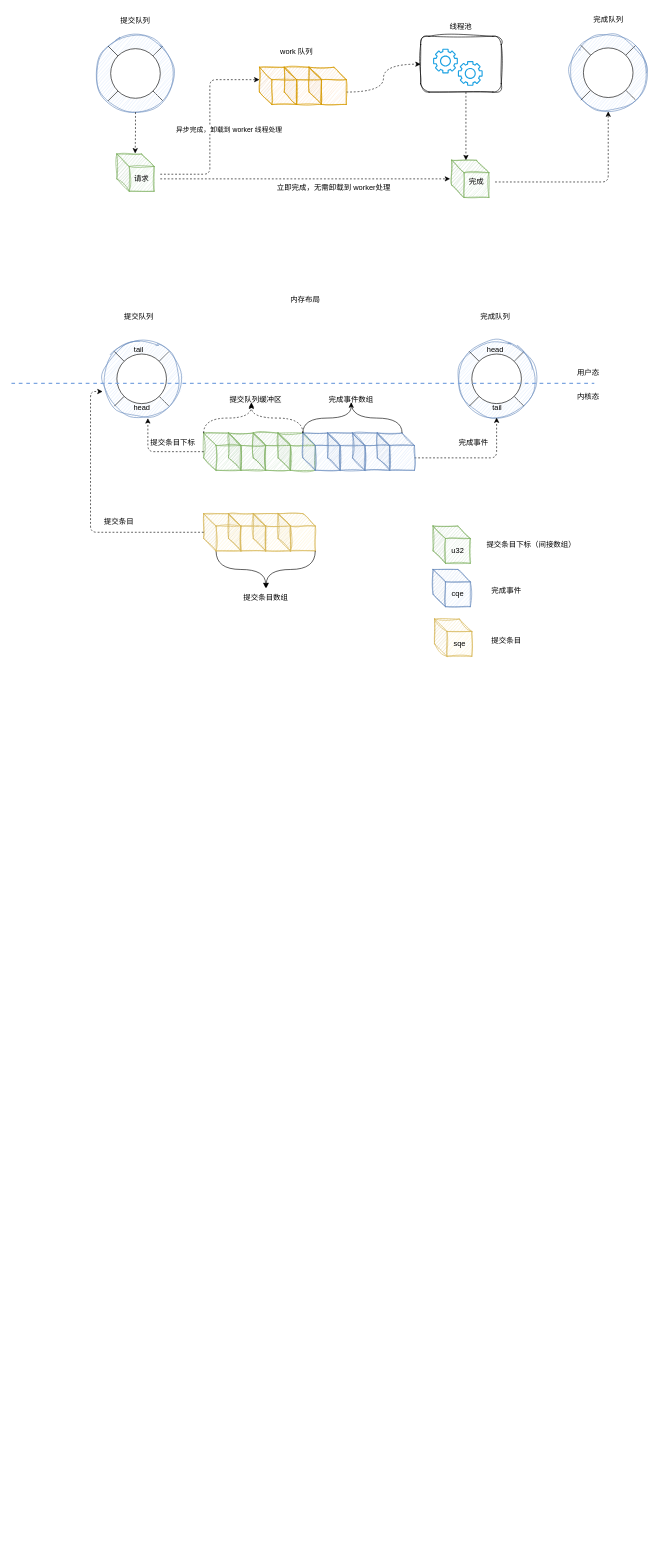
This is io_uring.drawio from rowe0x/blog, a draw.io file, before an edit. Source tidied: cells renumbered, new cells numbered last; positions are measured from the earlier drawing's top-left corner, leaving out a move shared by most shapes. Both pictures are drawn from the tidied source at 62%, with x=0, y=0 at pixel (11, 11).
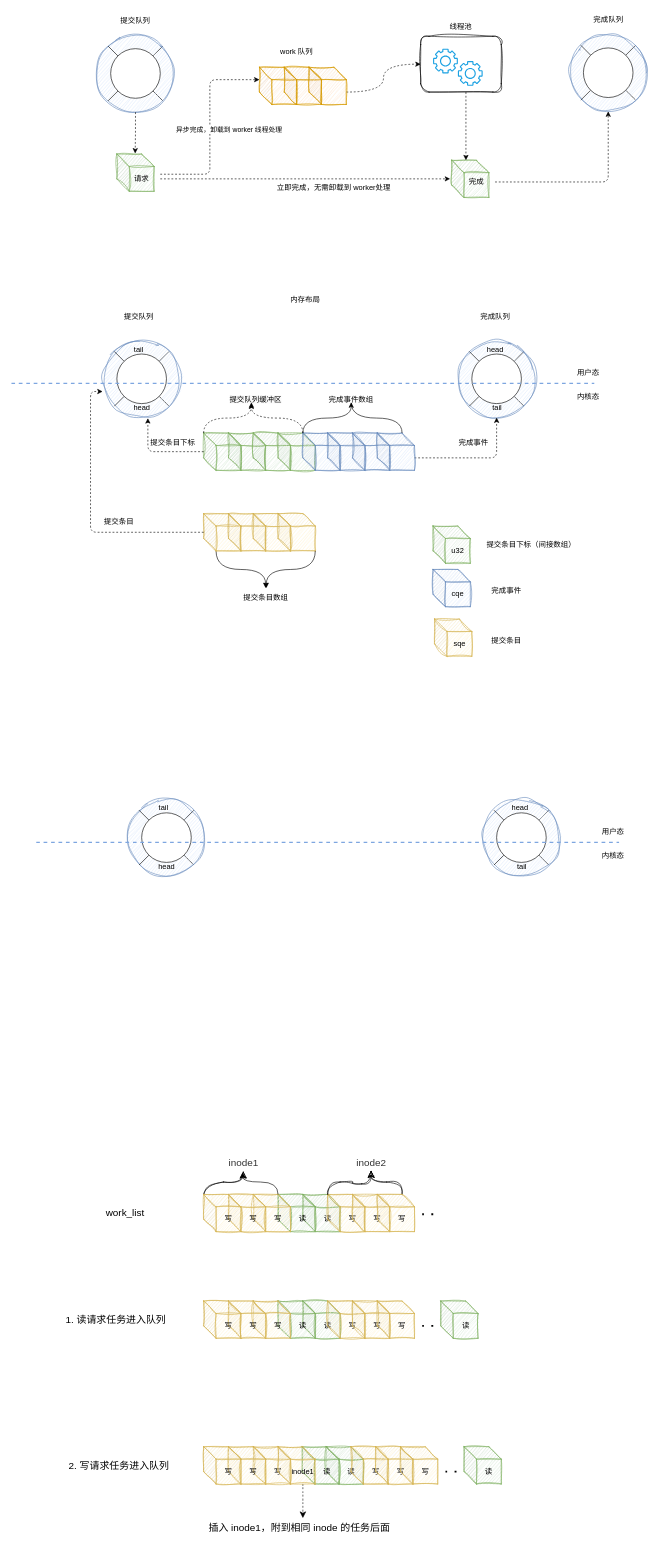
Above is the later version.

The edit, as a diff of the source:
```diff
@@
+    <mxCell id="91" style="rounded=0;jettySize=auto;html=1;exitX=1;exitY=0;exitDx=0;exitDy=0;entryX=1;entryY=0;entryDx=0;entryDy=0;endArrow=none;endFill=0;" parent="1" edge="1" source="93" target="96">
+      <mxGeometry relative="1" as="geometry" />
+    </mxCell>
+    <mxCell id="92" style="rounded=0;jettySize=auto;html=1;exitX=1;exitY=1;exitDx=0;exitDy=0;entryX=1;entryY=1;entryDx=0;entryDy=0;endArrow=none;endFill=0;" parent="1" edge="1" source="93" target="96">
+      <mxGeometry relative="1" as="geometry" />
+    </mxCell>
+    <mxCell id="93" style="ellipse;whiteSpace=wrap;html=1;fillColor=#dae8fc;strokeColor=#6c8ebf;sketch=1;curveFitting=1;jiggle=2;" parent="1" vertex="1">
+      <mxGeometry x="187.5" y="1271" width="125" height="125" as="geometry" />
+    </mxCell>
+    <mxCell id="94" style="rounded=0;jettySize=auto;html=1;exitX=0;exitY=1;exitDx=0;exitDy=0;entryX=0;entryY=1;entryDx=0;entryDy=0;endArrow=none;endFill=0;" parent="1" edge="1" source="96" target="93">
+      <mxGeometry relative="1" as="geometry" />
+    </mxCell>
+    <mxCell id="95" style="rounded=0;jettySize=auto;html=1;exitX=0;exitY=0;exitDx=0;exitDy=0;entryX=0;entryY=0;entryDx=0;entryDy=0;endArrow=none;endFill=0;" parent="1" edge="1" source="96" target="93">
+      <mxGeometry relative="1" as="geometry" />
+    </mxCell>
+    <mxCell id="96" style="ellipse;whiteSpace=wrap;html=1;" parent="1" vertex="1">
+      <mxGeometry x="210" y="1293.5" width="80" height="80" as="geometry" />
+    </mxCell>
+    <mxCell id="97" style="rounded=0;jettySize=auto;html=1;exitX=1;exitY=0;exitDx=0;exitDy=0;entryX=1;entryY=0;entryDx=0;entryDy=0;endArrow=none;endFill=0;" parent="1" edge="1" source="99" target="102">
+      <mxGeometry relative="1" as="geometry" />
+    </mxCell>
+    <mxCell id="98" style="rounded=0;jettySize=auto;html=1;exitX=1;exitY=1;exitDx=0;exitDy=0;entryX=1;entryY=1;entryDx=0;entryDy=0;endArrow=none;endFill=0;" parent="1" edge="1" source="99" target="102">
+      <mxGeometry relative="1" as="geometry" />
+    </mxCell>
+    <mxCell id="99" style="ellipse;whiteSpace=wrap;html=1;fillColor=#dae8fc;strokeColor=#6c8ebf;sketch=1;curveFitting=1;jiggle=2;" parent="1" vertex="1">
+      <mxGeometry x="760" y="1271" width="125" height="125" as="geometry" />
+    </mxCell>
+    <mxCell id="100" style="rounded=0;jettySize=auto;html=1;exitX=0;exitY=1;exitDx=0;exitDy=0;entryX=0;entryY=1;entryDx=0;entryDy=0;endArrow=none;endFill=0;" parent="1" edge="1" source="102" target="99">
+      <mxGeometry relative="1" as="geometry" />
+    </mxCell>
+    <mxCell id="101" style="rounded=0;jettySize=auto;html=1;exitX=0;exitY=0;exitDx=0;exitDy=0;entryX=0;entryY=0;entryDx=0;entryDy=0;endArrow=none;endFill=0;" parent="1" edge="1" source="102" target="99">
+      <mxGeometry relative="1" as="geometry" />
+    </mxCell>
+    <mxCell id="102" style="ellipse;whiteSpace=wrap;html=1;" parent="1" vertex="1">
+      <mxGeometry x="782.5" y="1293.5" width="80" height="80" as="geometry" />
+    </mxCell>
+    <mxCell id="103" style="endArrow=none;html=1;rounded=0;curved=1;dashed=1;strokeColor=#7EA6E0;strokeWidth=2;" parent="1" edge="1">
+      <mxGeometry relative="1" as="geometry">
+        <mxPoint x="40" y="1341" as="sourcePoint" />
+        <mxPoint x="980" y="1341" as="targetPoint" />
+      </mxGeometry>
+    </mxCell>
+    <mxCell id="104" value="内核态" style="text;html=1;align=center;verticalAlign=middle;strokeColor=none;fillColor=none;" parent="1" vertex="1">
+      <mxGeometry x="940" y="1347.5" width="60" height="30" as="geometry" />
+    </mxCell>
+    <mxCell id="105" value="用户态" style="text;html=1;align=center;verticalAlign=middle;strokeColor=none;fillColor=none;" parent="1" vertex="1">
+      <mxGeometry x="940" y="1309" width="60" height="30" as="geometry" />
+    </mxCell>
+    <mxCell id="106" value="head" style="text;html=1;align=center;verticalAlign=middle;strokeColor=none;fillColor=none;" parent="1" vertex="1">
+      <mxGeometry x="225" y="1366" width="50" height="30" as="geometry" />
+    </mxCell>
+    <mxCell id="107" value="tail" style="text;html=1;align=center;verticalAlign=middle;strokeColor=none;fillColor=none;" parent="1" vertex="1">
+      <mxGeometry x="225" y="1271" width="40" height="30" as="geometry" />
+    </mxCell>
+    <mxCell id="108" value="head" style="text;html=1;align=center;verticalAlign=middle;strokeColor=none;fillColor=none;" parent="1" vertex="1">
+      <mxGeometry x="795" y="1271" width="50" height="30" as="geometry" />
+    </mxCell>
+    <mxCell id="109" value="tail" style="text;html=1;align=center;verticalAlign=middle;strokeColor=none;fillColor=none;" parent="1" vertex="1">
+      <mxGeometry x="802.5" y="1366" width="40" height="30" as="geometry" />
+    </mxCell>
+    <mxCell id="110" value="读" style="shape=cube;whiteSpace=wrap;html=1;boundedLbl=1;backgroundOutline=1;darkOpacity=0.05;darkOpacity2=0.1;sketch=1;curveFitting=1;jiggle=2;fillColor=#d5e8d4;strokeColor=#82b366;" parent="1" vertex="1">
+      <mxGeometry x="470" y="1909" width="60" height="60" as="geometry" />
+    </mxCell>
+    <mxCell id="111" value="读" style="shape=cube;whiteSpace=wrap;html=1;boundedLbl=1;backgroundOutline=1;darkOpacity=0.05;darkOpacity2=0.1;sketch=1;curveFitting=1;jiggle=2;fillColor=#d5e8d4;strokeColor=#82b366;" parent="1" vertex="1">
+      <mxGeometry x="430" y="1909" width="60" height="60" as="geometry" />
+    </mxCell>
+    <mxCell id="112" value="写" style="shape=cube;whiteSpace=wrap;html=1;boundedLbl=1;backgroundOutline=1;darkOpacity=0.05;darkOpacity2=0.1;sketch=1;curveFitting=1;jiggle=2;fillColor=#fff2cc;strokeColor=#d6b656;" parent="1" vertex="1">
+      <mxGeometry x="390" y="1909" width="60" height="60" as="geometry" />
+    </mxCell>
+    <mxCell id="113" value="写" style="shape=cube;whiteSpace=wrap;html=1;boundedLbl=1;backgroundOutline=1;darkOpacity=0.05;darkOpacity2=0.1;sketch=1;curveFitting=1;jiggle=2;fillColor=#fff2cc;strokeColor=#d6b656;" parent="1" vertex="1">
+      <mxGeometry x="350" y="1909" width="60" height="60" as="geometry" />
+    </mxCell>
+    <mxCell id="114" style="edgeStyle=orthogonalEdgeStyle;rounded=0;jettySize=auto;html=1;exitX=0;exitY=0;exitDx=0;exitDy=0;exitPerimeter=0;fontSize=12;startSize=8;endSize=8;curved=1;sketch=1;curveFitting=1;jiggle=2;" parent="1" edge="1" source="115" target="118">
+      <mxGeometry relative="1" as="geometry" />
+    </mxCell>
+    <mxCell id="115" value="写" style="shape=cube;whiteSpace=wrap;html=1;boundedLbl=1;backgroundOutline=1;darkOpacity=0.05;darkOpacity2=0.1;sketch=1;curveFitting=1;jiggle=2;fillColor=#fff2cc;strokeColor=#d6b656;" parent="1" vertex="1">
+      <mxGeometry x="310" y="1909" width="60" height="60" as="geometry" />
+    </mxCell>
+    <mxCell id="116" value="work_list" style="text;html=1;align=center;verticalAlign=middle;strokeColor=none;fillColor=none;fontSize=16;" parent="1" vertex="1">
+      <mxGeometry x="137.5" y="1924" width="90" height="30" as="geometry" />
+    </mxCell>
+    <mxCell id="117" value="1. 读请求任务进入队列" style="text;html=1;align=center;verticalAlign=middle;strokeColor=none;fillColor=none;fontSize=16;" parent="1" vertex="1">
+      <mxGeometry x="72.5" y="2096" width="190" height="30" as="geometry" />
+    </mxCell>
+    <mxCell id="118" value="inode1" style="text;html=1;align=center;verticalAlign=middle;points=[];strokeColor=none;fillColor=none;fontSize=16;fontColor=#333333;" parent="1" vertex="1">
+      <mxGeometry x="339" y="1842" width="70" height="30" as="geometry" />
+    </mxCell>
+    <mxCell id="119" value="写" style="shape=cube;whiteSpace=wrap;html=1;boundedLbl=1;backgroundOutline=1;darkOpacity=0.05;darkOpacity2=0.1;sketch=1;curveFitting=1;jiggle=2;fillColor=#fff2cc;strokeColor=#d6b656;" parent="1" vertex="1">
+      <mxGeometry x="510" y="1909" width="60" height="60" as="geometry" />
+    </mxCell>
+    <mxCell id="120" value="写" style="shape=cube;whiteSpace=wrap;html=1;boundedLbl=1;backgroundOutline=1;darkOpacity=0.05;darkOpacity2=0.1;sketch=1;curveFitting=1;jiggle=2;fillColor=#fff2cc;strokeColor=#d6b656;" parent="1" vertex="1">
+      <mxGeometry x="550" y="1909" width="60" height="60" as="geometry" />
+    </mxCell>
+    <mxCell id="121" style="edgeStyle=orthogonalEdgeStyle;curved=1;rounded=0;jettySize=auto;html=1;exitX=0;exitY=0;exitDx=40;exitDy=0;exitPerimeter=0;fontSize=12;startSize=8;endSize=8;sketch=1;curveFitting=1;jiggle=2;" parent="1" edge="1" source="122">
+      <mxGeometry relative="1" as="geometry">
+        <mxPoint x="580" y="1871" as="targetPoint" />
+      </mxGeometry>
+    </mxCell>
+    <mxCell id="122" value="写" style="shape=cube;whiteSpace=wrap;html=1;boundedLbl=1;backgroundOutline=1;darkOpacity=0.05;darkOpacity2=0.1;sketch=1;curveFitting=1;jiggle=2;fillColor=#fff2cc;strokeColor=#d6b656;" parent="1" vertex="1">
+      <mxGeometry x="590" y="1909" width="60" height="60" as="geometry" />
+    </mxCell>
+    <mxCell id="123" value="读" style="shape=cube;whiteSpace=wrap;html=1;boundedLbl=1;backgroundOutline=1;darkOpacity=0.05;darkOpacity2=0.1;sketch=1;curveFitting=1;jiggle=2;fillColor=#d5e8d4;strokeColor=#82b366;" parent="1" vertex="1">
+      <mxGeometry x="470" y="2081" width="60" height="60" as="geometry" />
+    </mxCell>
+    <mxCell id="124" value="读" style="shape=cube;whiteSpace=wrap;html=1;boundedLbl=1;backgroundOutline=1;darkOpacity=0.05;darkOpacity2=0.1;sketch=1;curveFitting=1;jiggle=2;fillColor=#d5e8d4;strokeColor=#82b366;" parent="1" vertex="1">
+      <mxGeometry x="430" y="2081" width="60" height="60" as="geometry" />
+    </mxCell>
+    <mxCell id="125" value="写" style="shape=cube;whiteSpace=wrap;html=1;boundedLbl=1;backgroundOutline=1;darkOpacity=0.05;darkOpacity2=0.1;sketch=1;curveFitting=1;jiggle=2;fillColor=#fff2cc;strokeColor=#d6b656;" parent="1" vertex="1">
+      <mxGeometry x="390" y="2081" width="60" height="60" as="geometry" />
+    </mxCell>
+    <mxCell id="126" value="写" style="shape=cube;whiteSpace=wrap;html=1;boundedLbl=1;backgroundOutline=1;darkOpacity=0.05;darkOpacity2=0.1;sketch=1;curveFitting=1;jiggle=2;fillColor=#fff2cc;strokeColor=#d6b656;" parent="1" vertex="1">
+      <mxGeometry x="350" y="2081" width="60" height="60" as="geometry" />
+    </mxCell>
+    <mxCell id="127" value="写" style="shape=cube;whiteSpace=wrap;html=1;boundedLbl=1;backgroundOutline=1;darkOpacity=0.05;darkOpacity2=0.1;sketch=1;curveFitting=1;jiggle=2;fillColor=#fff2cc;strokeColor=#d6b656;" parent="1" vertex="1">
+      <mxGeometry x="310" y="2081" width="60" height="60" as="geometry" />
+    </mxCell>
+    <mxCell id="128" value="写" style="shape=cube;whiteSpace=wrap;html=1;boundedLbl=1;backgroundOutline=1;darkOpacity=0.05;darkOpacity2=0.1;sketch=1;curveFitting=1;jiggle=2;fillColor=#fff2cc;strokeColor=#d6b656;" parent="1" vertex="1">
+      <mxGeometry x="510" y="2081" width="60" height="60" as="geometry" />
+    </mxCell>
+    <mxCell id="129" value="写" style="shape=cube;whiteSpace=wrap;html=1;boundedLbl=1;backgroundOutline=1;darkOpacity=0.05;darkOpacity2=0.1;sketch=1;curveFitting=1;jiggle=2;fillColor=#fff2cc;strokeColor=#d6b656;" parent="1" vertex="1">
+      <mxGeometry x="550" y="2081" width="60" height="60" as="geometry" />
+    </mxCell>
+    <mxCell id="130" value="写" style="shape=cube;whiteSpace=wrap;html=1;boundedLbl=1;backgroundOutline=1;darkOpacity=0.05;darkOpacity2=0.1;sketch=1;curveFitting=1;jiggle=2;fillColor=#fff2cc;strokeColor=#d6b656;" parent="1" vertex="1">
+      <mxGeometry x="590" y="2081" width="60" height="60" as="geometry" />
+    </mxCell>
+    <mxCell id="131" style="edgeStyle=orthogonalEdgeStyle;curved=1;rounded=0;jettySize=auto;html=1;exitX=0;exitY=0;exitDx=40;exitDy=0;exitPerimeter=0;entryX=0.486;entryY=1.033;entryDx=0;entryDy=0;entryPerimeter=0;fontSize=12;startSize=8;endSize=8;" parent="1" edge="1" source="112" target="118">
+      <mxGeometry relative="1" as="geometry" />
+    </mxCell>
+    <mxCell id="132" value="inode2" style="text;html=1;align=center;verticalAlign=middle;points=[];strokeColor=none;fillColor=none;fontSize=16;fontColor=#333333;" parent="1" vertex="1">
+      <mxGeometry x="545" y="1842" width="70" height="30" as="geometry" />
+    </mxCell>
+    <mxCell id="133" style="edgeStyle=orthogonalEdgeStyle;curved=1;rounded=0;jettySize=auto;html=1;exitX=0;exitY=0;exitDx=40;exitDy=0;exitPerimeter=0;entryX=0.5;entryY=0.967;entryDx=0;entryDy=0;entryPerimeter=0;fontSize=12;startSize=8;endSize=8;sketch=1;curveFitting=1;jiggle=2;" parent="1" edge="1" source="110" target="132">
+      <mxGeometry relative="1" as="geometry" />
+    </mxCell>
+    <mxCell id="134" style="edgeStyle=none;curved=1;rounded=0;orthogonalLoop=1;jettySize=auto;html=1;fontSize=12;startSize=1;endSize=1;endArrow=none;endFill=0;targetPerimeterSpacing=10;sourcePerimeterSpacing=10;dashed=1;dashPattern=1 4;strokeWidth=3;" parent="1" edge="1">
+      <mxGeometry relative="1" as="geometry">
+        <mxPoint x="662.5" y="2121" as="sourcePoint" />
+        <mxPoint x="682.5" y="2121" as="targetPoint" />
+      </mxGeometry>
+    </mxCell>
+    <mxCell id="135" style="edgeStyle=none;curved=1;rounded=0;orthogonalLoop=1;jettySize=auto;html=1;fontSize=12;startSize=1;endSize=1;endArrow=none;endFill=0;targetPerimeterSpacing=10;sourcePerimeterSpacing=10;dashed=1;dashPattern=1 4;strokeWidth=3;" parent="1" edge="1">
+      <mxGeometry relative="1" as="geometry">
+        <mxPoint x="662.5" y="1941" as="sourcePoint" />
+        <mxPoint x="682.5" y="1941" as="targetPoint" />
+      </mxGeometry>
+    </mxCell>
+    <mxCell id="136" value="读" style="shape=cube;whiteSpace=wrap;html=1;boundedLbl=1;backgroundOutline=1;darkOpacity=0.05;darkOpacity2=0.1;sketch=1;curveFitting=1;jiggle=2;fillColor=#d5e8d4;strokeColor=#82b366;" parent="1" vertex="1">
+      <mxGeometry x="692.5" y="2081" width="60" height="60" as="geometry" />
+    </mxCell>
+    <mxCell id="137" value="2. 写请求任务进入队列" style="text;html=1;align=center;verticalAlign=middle;strokeColor=none;fillColor=none;fontSize=16;" parent="1" vertex="1">
+      <mxGeometry x="77.5" y="2331" width="190" height="30" as="geometry" />
+    </mxCell>
+    <mxCell id="138" value="读" style="shape=cube;whiteSpace=wrap;html=1;boundedLbl=1;backgroundOutline=1;darkOpacity=0.05;darkOpacity2=0.1;sketch=1;curveFitting=1;jiggle=2;fillColor=#d5e8d4;strokeColor=#82b366;" parent="1" vertex="1">
+      <mxGeometry x="507.5" y="2316" width="60" height="60" as="geometry" />
+    </mxCell>
+    <mxCell id="139" value="读" style="shape=cube;whiteSpace=wrap;html=1;boundedLbl=1;backgroundOutline=1;darkOpacity=0.05;darkOpacity2=0.1;sketch=1;curveFitting=1;jiggle=2;fillColor=#d5e8d4;strokeColor=#82b366;" parent="1" vertex="1">
+      <mxGeometry x="468.8" y="2316" width="60" height="60" as="geometry" />
+    </mxCell>
+    <mxCell id="140" value="写" style="shape=cube;whiteSpace=wrap;html=1;boundedLbl=1;backgroundOutline=1;darkOpacity=0.05;darkOpacity2=0.1;sketch=1;curveFitting=1;jiggle=2;fillColor=#fff2cc;strokeColor=#d6b656;" parent="1" vertex="1">
+      <mxGeometry x="390" y="2316" width="60" height="60" as="geometry" />
+    </mxCell>
+    <mxCell id="141" value="写" style="shape=cube;whiteSpace=wrap;html=1;boundedLbl=1;backgroundOutline=1;darkOpacity=0.05;darkOpacity2=0.1;sketch=1;curveFitting=1;jiggle=2;fillColor=#fff2cc;strokeColor=#d6b656;" parent="1" vertex="1">
+      <mxGeometry x="350" y="2316" width="60" height="60" as="geometry" />
+    </mxCell>
+    <mxCell id="142" value="写" style="shape=cube;whiteSpace=wrap;html=1;boundedLbl=1;backgroundOutline=1;darkOpacity=0.05;darkOpacity2=0.1;sketch=1;curveFitting=1;jiggle=2;fillColor=#fff2cc;strokeColor=#d6b656;" parent="1" vertex="1">
+      <mxGeometry x="310" y="2316" width="60" height="60" as="geometry" />
+    </mxCell>
+    <mxCell id="143" value="写" style="shape=cube;whiteSpace=wrap;html=1;boundedLbl=1;backgroundOutline=1;darkOpacity=0.05;darkOpacity2=0.1;sketch=1;curveFitting=1;jiggle=2;fillColor=#fff2cc;strokeColor=#d6b656;" parent="1" vertex="1">
+      <mxGeometry x="547.5" y="2316" width="60" height="60" as="geometry" />
+    </mxCell>
+    <mxCell id="144" value="写" style="shape=cube;whiteSpace=wrap;html=1;boundedLbl=1;backgroundOutline=1;darkOpacity=0.05;darkOpacity2=0.1;sketch=1;curveFitting=1;jiggle=2;fillColor=#fff2cc;strokeColor=#d6b656;" parent="1" vertex="1">
+      <mxGeometry x="587.5" y="2316" width="60" height="60" as="geometry" />
+    </mxCell>
+    <mxCell id="145" value="写" style="shape=cube;whiteSpace=wrap;html=1;boundedLbl=1;backgroundOutline=1;darkOpacity=0.05;darkOpacity2=0.1;sketch=1;curveFitting=1;jiggle=2;fillColor=#fff2cc;strokeColor=#d6b656;" parent="1" vertex="1">
+      <mxGeometry x="627.5" y="2316" width="60" height="60" as="geometry" />
+    </mxCell>
+    <mxCell id="146" style="edgeStyle=none;curved=1;rounded=0;orthogonalLoop=1;jettySize=auto;html=1;fontSize=12;startSize=1;endSize=1;endArrow=none;endFill=0;targetPerimeterSpacing=10;sourcePerimeterSpacing=10;dashed=1;dashPattern=1 4;strokeWidth=3;" parent="1" edge="1">
+      <mxGeometry relative="1" as="geometry">
+        <mxPoint x="700" y="2356" as="sourcePoint" />
+        <mxPoint x="720" y="2356" as="targetPoint" />
+      </mxGeometry>
+    </mxCell>
+    <mxCell id="147" value="读" style="shape=cube;whiteSpace=wrap;html=1;boundedLbl=1;backgroundOutline=1;darkOpacity=0.05;darkOpacity2=0.1;sketch=1;curveFitting=1;jiggle=2;fillColor=#d5e8d4;strokeColor=#82b366;" parent="1" vertex="1">
+      <mxGeometry x="730" y="2316" width="60" height="60" as="geometry" />
+    </mxCell>
+    <mxCell id="148" style="edgeStyle=none;curved=1;rounded=0;jettySize=auto;html=1;exitX=0;exitY=0;exitDx=40;exitDy=60;exitPerimeter=0;fontSize=12;startSize=8;endSize=8;dashed=1;" parent="1" edge="1" source="149">
+      <mxGeometry relative="1" as="geometry">
+        <mxPoint x="470" y="2431" as="targetPoint" />
+      </mxGeometry>
+    </mxCell>
+    <mxCell id="149" value="inode1" style="shape=cube;whiteSpace=wrap;html=1;boundedLbl=1;backgroundOutline=1;darkOpacity=0.05;darkOpacity2=0.1;sketch=1;curveFitting=1;jiggle=2;fillColor=#fff2cc;strokeColor=#d6b656;" parent="1" vertex="1">
+      <mxGeometry x="430" y="2316" width="60" height="60" as="geometry" />
+    </mxCell>
+    <mxCell id="150" value="插入 inode1，附到相同 inode 的任务后面" style="text;html=1;align=center;verticalAlign=middle;strokeColor=none;fillColor=none;fontSize=16;" parent="1" vertex="1">
+      <mxGeometry x="304" y="2432" width="320" height="30" as="geometry" />
+    </mxCell>
```
